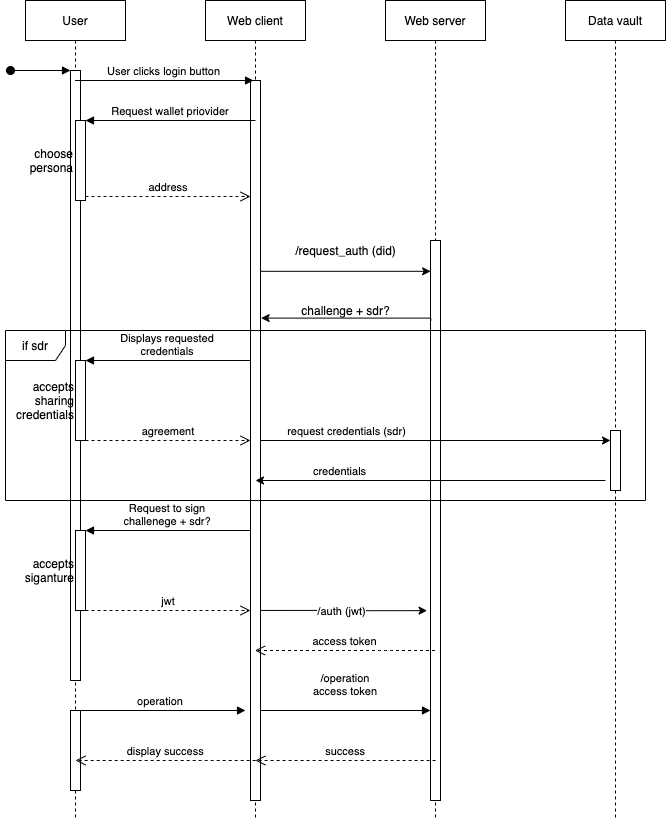
The draw.io diagram assets/img/ssi/08_did_auth.png in rsksmart/rif-identity-docs, before a commit. Source tidied: cells renumbered, new cells last; positions are measured from the earlier drawing's top-left corner, leaving out a move shared by most shapes.
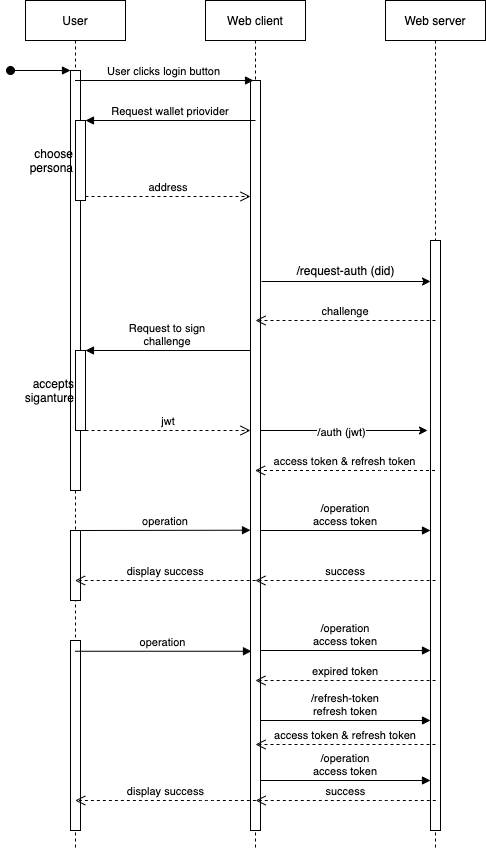
After the commit.

Commit message:
Update did auth protocol with refresh tokens by default and removing sdr from login

Change to the diagram source:
```diff
@@ -3,10 +3,10 @@
     <mxCell id="0" />
     <mxCell id="1" parent="0" />
     <mxCell id="2" value="User" style="shape=umlLifeline;perimeter=lifelinePerimeter;rounded=0;shadow=0;strokeWidth=1;" parent="1" vertex="1">
-      <mxGeometry x="20" width="100" height="820" as="geometry" />
+      <mxGeometry x="20" width="100" height="850" as="geometry" />
     </mxCell>
     <mxCell id="3" style="points=[];perimeter=orthogonalPerimeter;rounded=0;shadow=0;strokeWidth=1;" parent="2" vertex="1">
-      <mxGeometry x="45" y="70" width="10" height="610" as="geometry" />
+      <mxGeometry x="45" y="70" width="10" height="420" as="geometry" />
     </mxCell>
     <mxCell id="4" style="verticalAlign=bottom;startArrow=oval;endArrow=block;startSize=8;shadow=0;strokeWidth=1;" parent="2" edge="1" target="3">
       <mxGeometry relative="1" as="geometry">
@@ -16,17 +16,17 @@
     <mxCell id="5" value="choose&#10;persona" style="points=[];perimeter=orthogonalPerimeter;rounded=0;shadow=0;strokeWidth=1;align=right;labelPosition=left;verticalLabelPosition=middle;verticalAlign=middle;" parent="2" vertex="1">
       <mxGeometry x="50" y="120" width="10" height="80" as="geometry" />
     </mxCell>
-    <mxCell id="6" value="accepts&lt;br&gt;sharing&lt;br&gt;credentials" style="html=1;perimeter=orthogonalPerimeter;labelPosition=left;verticalLabelPosition=middle;align=right;verticalAlign=middle;" parent="2" vertex="1">
-      <mxGeometry x="50" y="360" width="10" height="80" as="geometry" />
-    </mxCell>
     <mxCell id="7" style="html=1;points=[];perimeter=orthogonalPerimeter;" parent="2" vertex="1">
-      <mxGeometry x="45" y="710" width="10" height="80" as="geometry" />
+      <mxGeometry x="45" y="530" width="10" height="70" as="geometry" />
     </mxCell>
+    <mxCell id="38" style="html=1;perimeter=orthogonalPerimeter;" parent="2" vertex="1">
+      <mxGeometry x="45" y="640" width="10" height="190" as="geometry" />
+    </mxCell>
     <mxCell id="8" value="Web client" style="shape=umlLifeline;perimeter=lifelinePerimeter;rounded=0;shadow=0;strokeWidth=1;" parent="1" vertex="1">
-      <mxGeometry x="200" width="100" height="820" as="geometry" />
+      <mxGeometry x="200" width="100" height="850" as="geometry" />
     </mxCell>
     <mxCell id="9" style="points=[];perimeter=orthogonalPerimeter;rounded=0;shadow=0;strokeWidth=1;" parent="8" vertex="1">
-      <mxGeometry x="45" y="80" width="10" height="720" as="geometry" />
+      <mxGeometry x="45" y="80" width="10" height="750" as="geometry" />
     </mxCell>
     <mxCell id="10" value="User clicks login button" style="verticalAlign=bottom;endArrow=block;shadow=0;strokeWidth=1;entryX=0.303;entryY=0;entryDx=0;entryDy=0;entryPerimeter=0;" parent="1" edge="1" source="2" target="9">
       <mxGeometry relative="1" as="geometry" />
@@ -40,84 +40,45 @@
       <mxGeometry relative="1" as="geometry" />
     </mxCell>
     <mxCell id="13" value="Web server" style="shape=umlLifeline;perimeter=lifelinePerimeter;rounded=0;shadow=0;strokeWidth=1;" parent="1" vertex="1">
-      <mxGeometry x="380" width="100" height="820" as="geometry" />
+      <mxGeometry x="380" width="100" height="850" as="geometry" />
     </mxCell>
     <mxCell id="14" style="points=[];perimeter=orthogonalPerimeter;rounded=0;shadow=0;strokeWidth=1;" parent="13" vertex="1">
-      <mxGeometry x="45" y="240" width="10" height="560" as="geometry" />
+      <mxGeometry x="45" y="240" width="10" height="590" as="geometry" />
     </mxCell>
-    <mxCell id="15" style="edgeStyle=orthogonalEdgeStyle;rounded=0;jettySize=auto;html=1;entryX=0.014;entryY=0.055;entryDx=0;entryDy=0;entryPerimeter=0;exitX=1.062;exitY=0.265;exitDx=0;exitDy=0;exitPerimeter=0;" parent="1" edge="1" source="9" target="14">
-      <mxGeometry relative="1" as="geometry" />
+    <mxCell id="15" style="edgeStyle=orthogonalEdgeStyle;rounded=0;orthogonalLoop=1;jettySize=auto;html=1;" parent="1" edge="1">
+      <mxGeometry relative="1" as="geometry">
+        <mxPoint x="256" y="281" as="sourcePoint" />
+        <mxPoint x="425" y="281" as="targetPoint" />
+        <Array as="points">
+          <mxPoint x="256" y="281" />
+        </Array>
+      </mxGeometry>
     </mxCell>
-    <mxCell id="16" value="/request_auth (did)" style="text;html=1;align=center;verticalAlign=middle;" parent="1" vertex="1">
-      <mxGeometry x="280" y="240" width="120" height="20" as="geometry" />
+    <mxCell id="16" value="/request-auth (did)" style="text;html=1;align=center;verticalAlign=middle;" parent="1" vertex="1">
+      <mxGeometry x="285" y="260" width="110" height="20" as="geometry" />
     </mxCell>
-    <mxCell id="17" value="challenge + sdr?" style="text;html=1;align=center;verticalAlign=middle;" parent="1" vertex="1">
-      <mxGeometry x="290" y="300" width="100" height="20" as="geometry" />
-    </mxCell>
-    <mxCell id="18" value="if sdr" style="shape=umlFrame;whiteSpace=wrap;html=1;" parent="1" vertex="1">
-      <mxGeometry y="330" width="640" height="170" as="geometry" />
-    </mxCell>
-    <mxCell id="19" value="Data vault" style="shape=umlLifeline;perimeter=lifelinePerimeter;rounded=0;shadow=0;strokeWidth=1;" parent="1" vertex="1">
-      <mxGeometry x="560" width="100" height="820" as="geometry" />
-    </mxCell>
-    <mxCell id="20" style="perimeter=orthogonalPerimeter;rounded=0;shadow=0;strokeWidth=1;" parent="19" vertex="1">
-      <mxGeometry x="45" y="430" width="10" height="60" as="geometry" />
-    </mxCell>
-    <mxCell id="21" value="Displays requested&#10;credentials" style="verticalAlign=bottom;endArrow=block;entryX=1;entryY=0;shadow=0;strokeWidth=1;" parent="1" edge="1">
-      <mxGeometry relative="1" as="geometry">
-        <mxPoint x="245" y="360" as="sourcePoint" />
-        <mxPoint x="80" y="360" as="targetPoint" />
-      </mxGeometry>
-    </mxCell>
-    <mxCell id="22" value="agreement" style="verticalAlign=bottom;endArrow=open;dashed=1;endSize=8;exitX=1;exitY=0.95;shadow=0;strokeWidth=1;" parent="1" edge="1">
-      <mxGeometry relative="1" as="geometry">
-        <mxPoint x="80" y="440" as="sourcePoint" />
-        <mxPoint x="245" y="440" as="targetPoint" />
-      </mxGeometry>
-    </mxCell>
-    <mxCell id="23" style="edgeStyle=orthogonalEdgeStyle;rounded=0;orthogonalLoop=1;jettySize=auto;html=1;" parent="1" edge="1">
-      <mxGeometry relative="1" as="geometry">
-        <mxPoint x="255.1" y="439.9" as="sourcePoint" />
-        <mxPoint x="605" y="440" as="targetPoint" />
-        <Array as="points">
-          <mxPoint x="605" y="440" />
-        </Array>
-      </mxGeometry>
-    </mxCell>
-    <mxCell id="24" value="request credentials (sdr)" style="edgeLabel;html=1;align=center;verticalAlign=middle;" parent="23" vertex="1">
-      <mxGeometry x="-0.25" y="-1" relative="1" as="geometry">
-        <mxPoint x="-46" y="-10.9" as="offset" />
-      </mxGeometry>
-    </mxCell>
-    <mxCell id="25" style="edgeStyle=orthogonalEdgeStyle;rounded=0;orthogonalLoop=1;jettySize=auto;html=1;" parent="1" edge="1">
-      <mxGeometry relative="1" as="geometry">
-        <mxPoint x="600" y="480" as="sourcePoint" />
-        <mxPoint x="250" y="480" as="targetPoint" />
-      </mxGeometry>
-    </mxCell>
-    <mxCell id="26" value="credentials" style="edgeLabel;html=1;align=center;verticalAlign=middle;" parent="25" vertex="1">
-      <mxGeometry x="-0.25" y="-1" relative="1" as="geometry">
-        <mxPoint x="-135.2" y="-9" as="offset" />
-      </mxGeometry>
-    </mxCell>
     <mxCell id="27" value="accepts&lt;br&gt;siganture" style="html=1;perimeter=orthogonalPerimeter;labelPosition=left;verticalLabelPosition=middle;align=right;verticalAlign=middle;" parent="1" vertex="1">
-      <mxGeometry x="70" y="530" width="10" height="80" as="geometry" />
+      <mxGeometry x="70" y="350" width="10" height="80" as="geometry" />
     </mxCell>
-    <mxCell id="28" value="Request to sign&#10;challenege + sdr?" style="verticalAlign=bottom;endArrow=block;entryX=1;entryY=0;shadow=0;strokeWidth=1;" parent="1" edge="1">
+    <mxCell id="28" value="Request to sign&#10;challenge" style="verticalAlign=bottom;endArrow=block;entryX=1;entryY=0;shadow=0;strokeWidth=1;" parent="1" edge="1">
       <mxGeometry relative="1" as="geometry">
-        <mxPoint x="245" y="530" as="sourcePoint" />
-        <mxPoint x="80" y="530" as="targetPoint" />
+        <mxPoint x="245" y="350" as="sourcePoint" />
+        <mxPoint x="80" y="350" as="targetPoint" />
       </mxGeometry>
     </mxCell>
     <mxCell id="29" value="jwt" style="verticalAlign=bottom;endArrow=open;dashed=1;endSize=8;exitX=1;exitY=0.95;shadow=0;strokeWidth=1;" parent="1" edge="1">
       <mxGeometry relative="1" as="geometry">
-        <mxPoint x="80" y="610" as="sourcePoint" />
-        <mxPoint x="245" y="610" as="targetPoint" />
+        <mxPoint x="80" y="430" as="sourcePoint" />
+        <mxPoint x="245" y="430" as="targetPoint" />
       </mxGeometry>
     </mxCell>
-    <mxCell id="30" style="edgeStyle=orthogonalEdgeStyle;rounded=0;jettySize=auto;html=1;exitX=0.914;exitY=0.294;exitDx=0;exitDy=0;exitPerimeter=0;entryX=-0.341;entryY=0.661;entryDx=0;entryDy=0;entryPerimeter=0;" parent="1" edge="1" target="14">
+    <mxCell id="30" style="edgeStyle=orthogonalEdgeStyle;rounded=0;orthogonalLoop=1;jettySize=auto;html=1;exitX=0.914;exitY=0.294;exitDx=0;exitDy=0;exitPerimeter=0;" parent="1" edge="1">
       <mxGeometry relative="1" as="geometry">
-        <mxPoint x="254.5" y="609.9" as="sourcePoint" />
+        <mxPoint x="254.5" y="429.9" as="sourcePoint" />
+        <mxPoint x="422" y="430" as="targetPoint" />
+        <Array as="points">
+          <mxPoint x="422" y="430" />
+        </Array>
       </mxGeometry>
     </mxCell>
     <mxCell id="31" value="/auth (jwt)" style="edgeLabel;html=1;align=center;verticalAlign=middle;" parent="30" vertex="1">
@@ -125,50 +86,112 @@
         <mxPoint x="-3" y="-2" as="offset" />
       </mxGeometry>
     </mxCell>
-    <mxCell id="32" value="access token" style="verticalAlign=bottom;endArrow=open;dashed=1;endSize=8;shadow=0;strokeWidth=1;" parent="1" edge="1" source="13" target="8">
+    <mxCell id="32" value="access token &amp; refresh token" style="verticalAlign=bottom;endArrow=open;dashed=1;endSize=8;shadow=0;strokeWidth=1;" parent="1" edge="1">
       <mxGeometry relative="1" as="geometry">
+        <mxPoint x="429.5" y="470" as="sourcePoint" />
+        <mxPoint x="249.5" y="470" as="targetPoint" />
         <Array as="points">
-          <mxPoint x="380" y="650" />
+          <mxPoint x="380" y="470" />
         </Array>
       </mxGeometry>
     </mxCell>
-    <mxCell id="33" value="operation" style="verticalAlign=bottom;endArrow=block;entryX=0;entryY=0;shadow=0;strokeWidth=1;" parent="1" edge="1">
+    <mxCell id="33" value="operation" style="verticalAlign=bottom;endArrow=block;entryX=0;entryY=0.692;shadow=0;strokeWidth=1;entryDx=0;entryDy=0;entryPerimeter=0;" parent="1" edge="1" source="7">
       <mxGeometry relative="1" as="geometry">
-        <mxPoint x="70" y="710" as="sourcePoint" />
-        <mxPoint x="240" y="710" as="targetPoint" />
+        <mxPoint x="245" y="529.7" as="targetPoint" />
       </mxGeometry>
     </mxCell>
     <mxCell id="34" value="/operation&#10;access token" style="verticalAlign=bottom;endArrow=block;entryX=0;entryY=0;shadow=0;strokeWidth=1;" parent="1" edge="1">
-      <mxGeometry y="10" relative="1" as="geometry">
-        <mxPoint x="255" y="710" as="sourcePoint" />
-        <mxPoint x="425" y="710" as="targetPoint" />
+      <mxGeometry relative="1" as="geometry">
+        <mxPoint x="255" y="530" as="sourcePoint" />
+        <mxPoint x="425" y="530" as="targetPoint" />
       </mxGeometry>
     </mxCell>
     <mxCell id="35" value="success" style="verticalAlign=bottom;endArrow=open;dashed=1;endSize=8;shadow=0;strokeWidth=1;" parent="1" edge="1">
       <mxGeometry relative="1" as="geometry">
-        <mxPoint x="430.1" y="760" as="sourcePoint" />
-        <mxPoint x="249.9" y="760" as="targetPoint" />
+        <mxPoint x="430.1" y="580" as="sourcePoint" />
+        <mxPoint x="249.9" y="580" as="targetPoint" />
         <Array as="points">
-          <mxPoint x="380.6" y="760" />
+          <mxPoint x="380.6" y="580" />
         </Array>
       </mxGeometry>
     </mxCell>
     <mxCell id="36" value="display success" style="verticalAlign=bottom;endArrow=open;dashed=1;endSize=8;shadow=0;strokeWidth=1;" parent="1" edge="1">
       <mxGeometry relative="1" as="geometry">
-        <mxPoint x="250.2" y="760" as="sourcePoint" />
-        <mxPoint x="70" y="760" as="targetPoint" />
+        <mxPoint x="250.2" y="580" as="sourcePoint" />
+        <mxPoint x="69.5" y="580" as="targetPoint" />
         <Array as="points">
-          <mxPoint x="200.7" y="760" />
+          <mxPoint x="200.7" y="580" />
         </Array>
       </mxGeometry>
     </mxCell>
-    <mxCell id="37" style="edgeStyle=orthogonalEdgeStyle;rounded=0;jettySize=auto;html=1;exitX=0.028;exitY=0.143;exitDx=0;exitDy=0;exitPerimeter=0;entryX=1.062;entryY=0.33;entryDx=0;entryDy=0;entryPerimeter=0;" parent="1" edge="1" source="14" target="9">
-      <mxGeometry relative="1" as="geometry">
-        <Array as="points">
-          <mxPoint x="425" y="318" />
-          <mxPoint x="256" y="318" />
-        </Array>
-      </mxGeometry>
-    </mxCell>
+    <mxCell id="39" value="challenge" style="verticalAlign=bottom;endArrow=open;dashed=1;endSize=8;shadow=0;strokeWidth=1;" parent="1" edge="1">
+      <mxGeometry relative="1" as="geometry">
+        <mxPoint x="430" y="320" as="sourcePoint" />
+        <mxPoint x="250" y="320" as="targetPoint" />
+        <Array as="points">
+          <mxPoint x="380.5" y="320" />
+        </Array>
+      </mxGeometry>
+    </mxCell>
+    <mxCell id="40" value="operation" style="verticalAlign=bottom;endArrow=block;entryX=0.1;entryY=0.825;shadow=0;strokeWidth=1;entryDx=0;entryDy=0;entryPerimeter=0;" parent="1" edge="1">
+      <mxGeometry relative="1" as="geometry">
+        <mxPoint x="69.5" y="650.8" as="sourcePoint" />
+        <mxPoint x="246" y="650.8" as="targetPoint" />
+      </mxGeometry>
+    </mxCell>
+    <mxCell id="41" value="/operation&#10;access token" style="verticalAlign=bottom;endArrow=block;entryX=0;entryY=0;shadow=0;strokeWidth=1;" parent="1" edge="1">
+      <mxGeometry relative="1" as="geometry">
+        <mxPoint x="255" y="650" as="sourcePoint" />
+        <mxPoint x="425" y="650" as="targetPoint" />
+      </mxGeometry>
+    </mxCell>
+    <mxCell id="42" value="expired token" style="verticalAlign=bottom;endArrow=open;dashed=1;endSize=8;shadow=0;strokeWidth=1;" parent="1" edge="1">
+      <mxGeometry relative="1" as="geometry">
+        <mxPoint x="430.1" y="680" as="sourcePoint" />
+        <mxPoint x="249.9" y="680" as="targetPoint" />
+        <Array as="points">
+          <mxPoint x="380.6" y="680" />
+        </Array>
+      </mxGeometry>
+    </mxCell>
+    <mxCell id="43" value="/refresh-token&#10;refresh token" style="verticalAlign=bottom;endArrow=block;entryX=0;entryY=0;shadow=0;strokeWidth=1;" parent="1" edge="1">
+      <mxGeometry relative="1" as="geometry">
+        <mxPoint x="255" y="720" as="sourcePoint" />
+        <mxPoint x="425" y="720" as="targetPoint" />
+      </mxGeometry>
+    </mxCell>
+    <mxCell id="44" value="access token &amp; refresh token" style="verticalAlign=bottom;endArrow=open;dashed=1;endSize=8;shadow=0;strokeWidth=1;" parent="1" edge="1">
+      <mxGeometry relative="1" as="geometry">
+        <mxPoint x="430" y="744" as="sourcePoint" />
+        <mxPoint x="250" y="744" as="targetPoint" />
+        <Array as="points">
+          <mxPoint x="380.5" y="744" />
+        </Array>
+      </mxGeometry>
+    </mxCell>
+    <mxCell id="45" value="/operation&#10;access token" style="verticalAlign=bottom;endArrow=block;entryX=0;entryY=0;shadow=0;strokeWidth=1;" parent="1" edge="1">
+      <mxGeometry relative="1" as="geometry">
+        <mxPoint x="255" y="780" as="sourcePoint" />
+        <mxPoint x="425" y="780" as="targetPoint" />
+      </mxGeometry>
+    </mxCell>
+    <mxCell id="46" value="success" style="verticalAlign=bottom;endArrow=open;dashed=1;endSize=8;shadow=0;strokeWidth=1;" parent="1" edge="1">
+      <mxGeometry relative="1" as="geometry">
+        <mxPoint x="430.3" y="800" as="sourcePoint" />
+        <mxPoint x="250.1" y="800" as="targetPoint" />
+        <Array as="points">
+          <mxPoint x="380.8" y="800" />
+        </Array>
+      </mxGeometry>
+    </mxCell>
+    <mxCell id="47" value="display success" style="verticalAlign=bottom;endArrow=open;dashed=1;endSize=8;shadow=0;strokeWidth=1;" parent="1" edge="1">
+      <mxGeometry relative="1" as="geometry">
+        <mxPoint x="250.4" y="800" as="sourcePoint" />
+        <mxPoint x="69.7" y="800" as="targetPoint" />
+        <Array as="points">
+          <mxPoint x="200.9" y="800" />
+        </Array>
+      </mxGeometry>
+    </mxCell>
   </root>
 </mxGraphModel>
```
